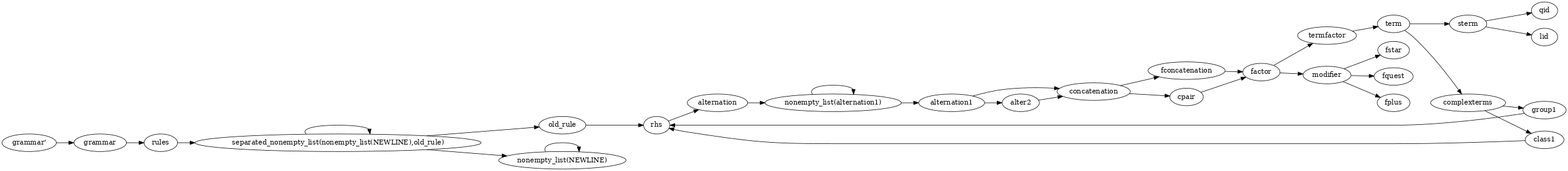
This is sentenceParser.png from meta-introspector/gbnf-nice-parser, a Graphviz export, as it was before one commit. Its source is kept beside it as lib/sentenceParser.dot. Source of this version:
```dot
digraph G {
orientation = landscape;
rankdir = LR;
ratio = compress;
nt0 [ label="grammar'" ] ;
nt1 [ label="termfactor" ] ;
nt2 [ label="term" ] ;
nt3 [ label="sterm" ] ;
nt4 [ label="separated_nonempty_list(nonempty_list(NEWLINE),old_rule)" ] ;
nt5 [ label="rules" ] ;
nt6 [ label="rhs" ] ;
nt7 [ label="qid" ] ;
nt8 [ label="old_rule" ] ;
nt9 [ label="nonempty_list(alternation1)" ] ;
nt10 [ label="nonempty_list(NEWLINE)" ] ;
nt11 [ label="modifier" ] ;
nt12 [ label="lid" ] ;
nt13 [ label="group1" ] ;
nt14 [ label="grammar" ] ;
nt15 [ label="fstar" ] ;
nt16 [ label="fquest" ] ;
nt17 [ label="fplus" ] ;
nt18 [ label="fconcatenation" ] ;
nt19 [ label="factor" ] ;
nt20 [ label="cpair" ] ;
nt21 [ label="concatenation" ] ;
nt22 [ label="complexterms" ] ;
nt23 [ label="class1" ] ;
nt24 [ label="alternation1" ] ;
nt25 [ label="alternation" ] ;
nt26 [ label="alter2" ] ;
nt0 -> nt14 [ label="" ] ;
nt1 -> nt2 [ label="" ] ;
nt2 -> nt3 [ label="" ] ;
nt2 -> nt22 [ label="" ] ;
nt3 -> nt7 [ label="" ] ;
nt3 -> nt12 [ label="" ] ;
nt4 -> nt4 [ label="" ] ;
nt4 -> nt8 [ label="" ] ;
nt4 -> nt10 [ label="" ] ;
nt5 -> nt4 [ label="" ] ;
nt6 -> nt25 [ label="" ] ;
nt8 -> nt6 [ label="" ] ;
nt9 -> nt9 [ label="" ] ;
nt9 -> nt24 [ label="" ] ;
nt10 -> nt10 [ label="" ] ;
nt11 -> nt15 [ label="" ] ;
nt11 -> nt16 [ label="" ] ;
nt11 -> nt17 [ label="" ] ;
nt13 -> nt6 [ label="" ] ;
nt14 -> nt5 [ label="" ] ;
nt18 -> nt19 [ label="" ] ;
nt19 -> nt1 [ label="" ] ;
nt19 -> nt11 [ label="" ] ;
nt20 -> nt19 [ label="" ] ;
nt21 -> nt18 [ label="" ] ;
nt21 -> nt20 [ label="" ] ;
nt22 -> nt13 [ label="" ] ;
nt22 -> nt23 [ label="" ] ;
nt23 -> nt6 [ label="" ] ;
nt24 -> nt21 [ label="" ] ;
nt24 -> nt26 [ label="" ] ;
nt25 -> nt9 [ label="" ] ;
nt26 -> nt21 [ label="" ] ;

}
```
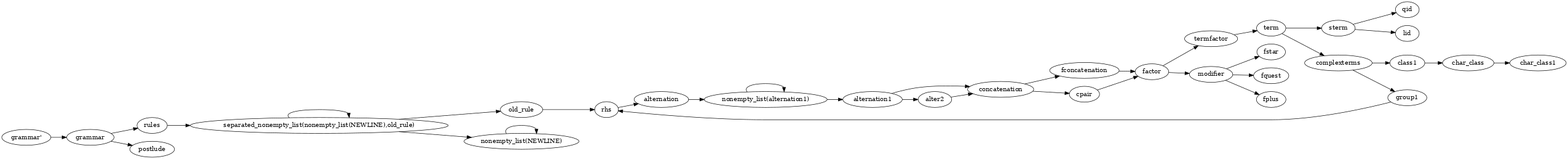
The same diagram one commit later.

What changed in the source:
```diff
@@ -10,57 +10,62 @@
 nt5 [ label="rules" ] ;
 nt6 [ label="rhs" ] ;
 nt7 [ label="qid" ] ;
-nt8 [ label="old_rule" ] ;
-nt9 [ label="nonempty_list(alternation1)" ] ;
-nt10 [ label="nonempty_list(NEWLINE)" ] ;
-nt11 [ label="modifier" ] ;
-nt12 [ label="lid" ] ;
-nt13 [ label="group1" ] ;
-nt14 [ label="grammar" ] ;
-nt15 [ label="fstar" ] ;
-nt16 [ label="fquest" ] ;
-nt17 [ label="fplus" ] ;
-nt18 [ label="fconcatenation" ] ;
-nt19 [ label="factor" ] ;
-nt20 [ label="cpair" ] ;
-nt21 [ label="concatenation" ] ;
-nt22 [ label="complexterms" ] ;
-nt23 [ label="class1" ] ;
-nt24 [ label="alternation1" ] ;
-nt25 [ label="alternation" ] ;
-nt26 [ label="alter2" ] ;
-nt0 -> nt14 [ label="" ] ;
+nt8 [ label="postlude" ] ;
+nt9 [ label="old_rule" ] ;
+nt10 [ label="nonempty_list(alternation1)" ] ;
+nt11 [ label="nonempty_list(NEWLINE)" ] ;
+nt12 [ label="modifier" ] ;
+nt13 [ label="lid" ] ;
+nt14 [ label="group1" ] ;
+nt15 [ label="grammar" ] ;
+nt16 [ label="fstar" ] ;
+nt17 [ label="fquest" ] ;
+nt18 [ label="fplus" ] ;
+nt19 [ label="fconcatenation" ] ;
+nt20 [ label="factor" ] ;
+nt21 [ label="cpair" ] ;
+nt22 [ label="concatenation" ] ;
+nt23 [ label="complexterms" ] ;
+nt24 [ label="class1" ] ;
+nt25 [ label="char_class1" ] ;
+nt26 [ label="char_class" ] ;
+nt27 [ label="alternation1" ] ;
+nt28 [ label="alternation" ] ;
+nt29 [ label="alter2" ] ;
+nt0 -> nt15 [ label="" ] ;
 nt1 -> nt2 [ label="" ] ;
 nt2 -> nt3 [ label="" ] ;
-nt2 -> nt22 [ label="" ] ;
+nt2 -> nt23 [ label="" ] ;
 nt3 -> nt7 [ label="" ] ;
-nt3 -> nt12 [ label="" ] ;
+nt3 -> nt13 [ label="" ] ;
 nt4 -> nt4 [ label="" ] ;
-nt4 -> nt8 [ label="" ] ;
-nt4 -> nt10 [ label="" ] ;
+nt4 -> nt9 [ label="" ] ;
+nt4 -> nt11 [ label="" ] ;
 nt5 -> nt4 [ label="" ] ;
-nt6 -> nt25 [ label="" ] ;
-nt8 -> nt6 [ label="" ] ;
-nt9 -> nt9 [ label="" ] ;
-nt9 -> nt24 [ label="" ] ;
+nt6 -> nt28 [ label="" ] ;
+nt9 -> nt6 [ label="" ] ;
 nt10 -> nt10 [ label="" ] ;
-nt11 -> nt15 [ label="" ] ;
-nt11 -> nt16 [ label="" ] ;
-nt11 -> nt17 [ label="" ] ;
-nt13 -> nt6 [ label="" ] ;
-nt14 -> nt5 [ label="" ] ;
-nt18 -> nt19 [ label="" ] ;
-nt19 -> nt1 [ label="" ] ;
-nt19 -> nt11 [ label="" ] ;
-nt20 -> nt19 [ label="" ] ;
-nt21 -> nt18 [ label="" ] ;
+nt10 -> nt27 [ label="" ] ;
+nt11 -> nt11 [ label="" ] ;
+nt12 -> nt16 [ label="" ] ;
+nt12 -> nt17 [ label="" ] ;
+nt12 -> nt18 [ label="" ] ;
+nt14 -> nt6 [ label="" ] ;
+nt15 -> nt5 [ label="" ] ;
+nt15 -> nt8 [ label="" ] ;
+nt19 -> nt20 [ label="" ] ;
+nt20 -> nt1 [ label="" ] ;
+nt20 -> nt12 [ label="" ] ;
 nt21 -> nt20 [ label="" ] ;
-nt22 -> nt13 [ label="" ] ;
-nt22 -> nt23 [ label="" ] ;
-nt23 -> nt6 [ label="" ] ;
-nt24 -> nt21 [ label="" ] ;
+nt22 -> nt19 [ label="" ] ;
+nt22 -> nt21 [ label="" ] ;
+nt23 -> nt14 [ label="" ] ;
+nt23 -> nt24 [ label="" ] ;
 nt24 -> nt26 [ label="" ] ;
-nt25 -> nt9 [ label="" ] ;
-nt26 -> nt21 [ label="" ] ;
+nt26 -> nt25 [ label="" ] ;
+nt27 -> nt22 [ label="" ] ;
+nt27 -> nt29 [ label="" ] ;
+nt28 -> nt10 [ label="" ] ;
+nt29 -> nt22 [ label="" ] ;
 
 }
```
